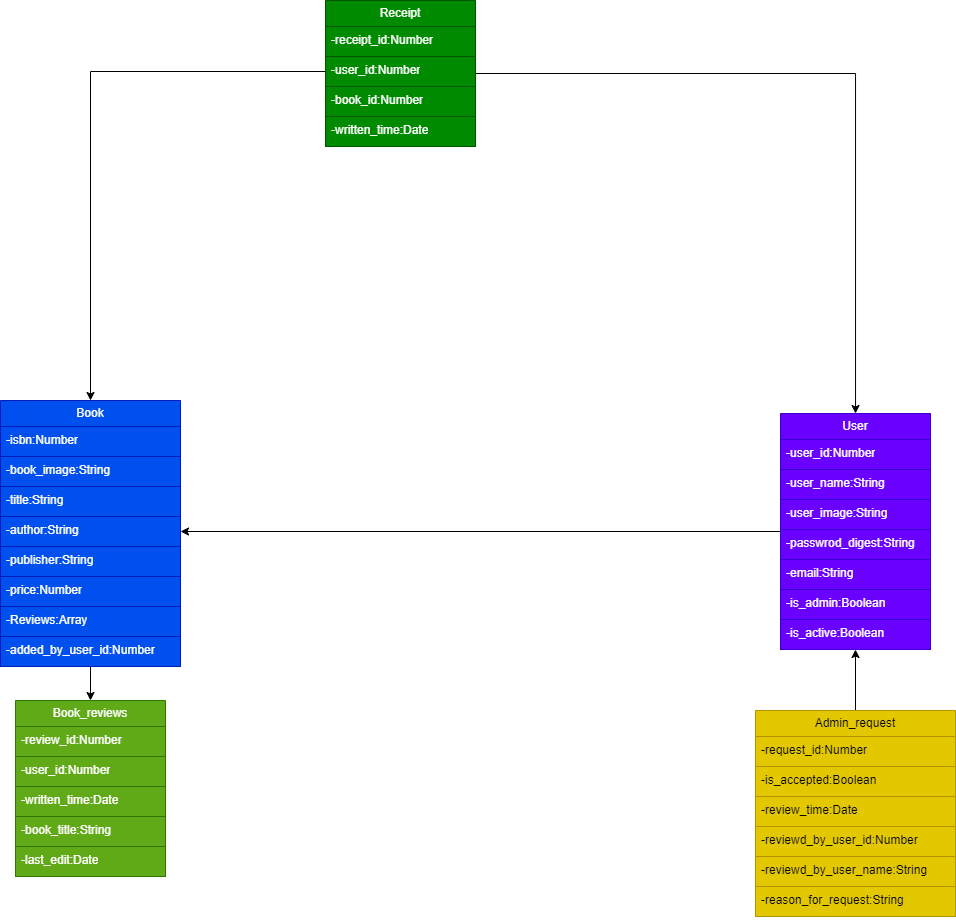
HussainALAradi5/books_builds_minds keeps this draw.io diagram as images/Books_Builds_Minds-UML_Diagram.drawio.png. Above is the earlier version. Source tidied: cells renumbered, new cells last; positions are measured from the earlier drawing's top-left corner, leaving out a move shared by most shapes.
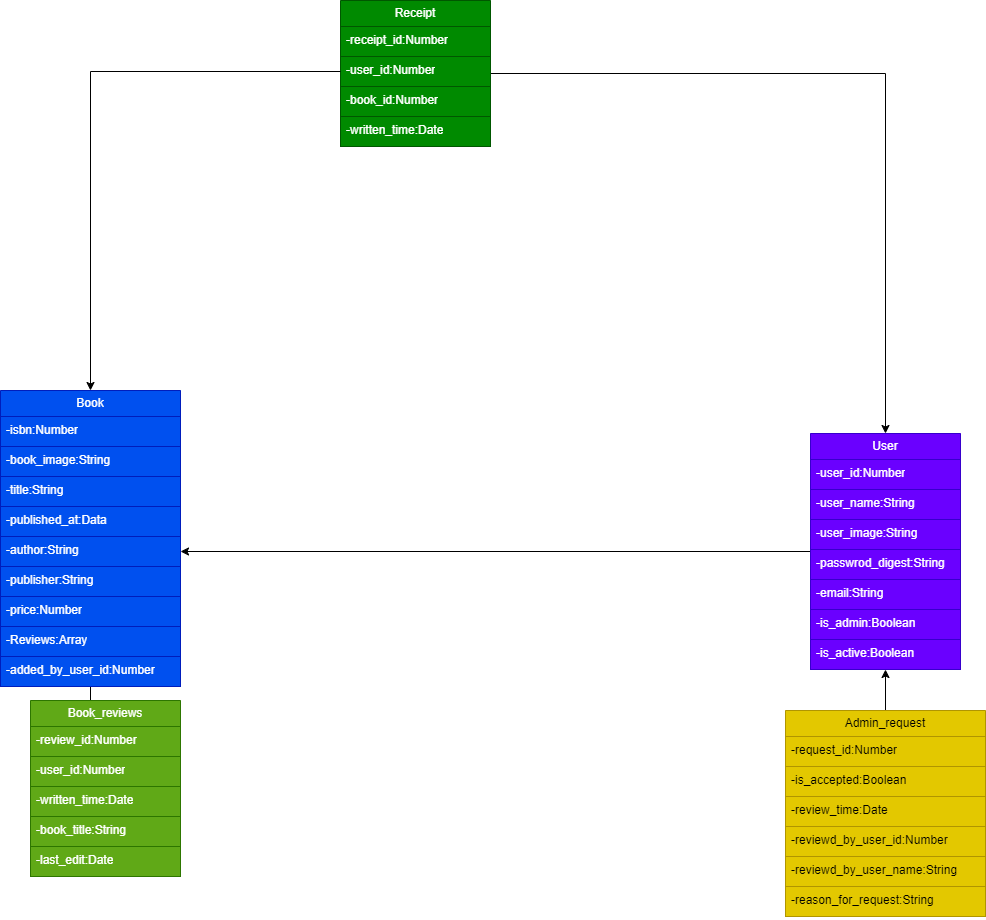
The same file after the commit.

The edit, as a diff of the source:
```diff
@@ -6,7 +6,7 @@
       <mxGeometry relative="1" as="geometry" />
     </mxCell>
     <mxCell id="3" value="User" style="swimlane;fontStyle=0;horizontal=1;startSize=26;fillColor=#6a00ff;whiteSpace=wrap;html=1;fontColor=#ffffff;strokeColor=#3700CC;" parent="1" vertex="1">
-      <mxGeometry x="780" y="413" width="150" height="236" as="geometry" />
+      <mxGeometry x="795" y="433" width="150" height="236" as="geometry" />
     </mxCell>
     <mxCell id="4" value="-user_id:Number" style="text;strokeColor=#3700CC;fillColor=#6a00ff;align=left;verticalAlign=top;spacingLeft=4;spacingRight=4;overflow=hidden;whiteSpace=wrap;html=1;fontColor=#ffffff;" parent="3" vertex="1">
       <mxGeometry y="26" width="150" height="30" as="geometry" />
@@ -33,7 +33,7 @@
       <mxGeometry relative="1" as="geometry" />
     </mxCell>
     <mxCell id="12" value="Book" style="swimlane;fontStyle=0;horizontal=1;startSize=26;fillColor=#0050ef;whiteSpace=wrap;html=1;fontColor=#ffffff;strokeColor=#001DBC;" parent="1" vertex="1">
-      <mxGeometry y="400" width="180" height="266" as="geometry" />
+      <mxGeometry x="-15" y="390" width="180" height="296" as="geometry" />
     </mxCell>
     <mxCell id="13" value="-isbn:Number" style="text;strokeColor=#001DBC;fillColor=#0050ef;align=left;verticalAlign=top;spacingLeft=4;spacingRight=4;overflow=hidden;whiteSpace=wrap;html=1;fontColor=#ffffff;" parent="12" vertex="1">
       <mxGeometry y="26" width="180" height="30" as="geometry" />
@@ -44,20 +44,23 @@
     <mxCell id="15" value="-title:String" style="text;strokeColor=#001DBC;fillColor=#0050ef;align=left;verticalAlign=top;spacingLeft=4;spacingRight=4;overflow=hidden;whiteSpace=wrap;html=1;fontColor=#ffffff;" parent="12" vertex="1">
       <mxGeometry y="86" width="180" height="30" as="geometry" />
     </mxCell>
+    <mxCell id="42" value="-published_at:Data" style="text;strokeColor=#001DBC;fillColor=#0050ef;align=left;verticalAlign=top;spacingLeft=4;spacingRight=4;overflow=hidden;whiteSpace=wrap;html=1;fontColor=#ffffff;" parent="12" vertex="1">
+      <mxGeometry y="116" width="180" height="30" as="geometry" />
+    </mxCell>
     <mxCell id="16" value="-author:String" style="text;strokeColor=#001DBC;fillColor=#0050ef;align=left;verticalAlign=top;spacingLeft=4;spacingRight=4;overflow=hidden;points=[[0,0.5],[1,0.5]];portConstraint=eastwest;whiteSpace=wrap;html=1;fontColor=#ffffff;" parent="12" vertex="1">
-      <mxGeometry y="116" width="180" height="30" as="geometry" />
+      <mxGeometry y="146" width="180" height="30" as="geometry" />
     </mxCell>
     <mxCell id="17" value="-publisher:String" style="text;strokeColor=#001DBC;fillColor=#0050ef;align=left;verticalAlign=top;spacingLeft=4;spacingRight=4;overflow=hidden;whiteSpace=wrap;html=1;fontColor=#ffffff;" parent="12" vertex="1">
-      <mxGeometry y="146" width="180" height="30" as="geometry" />
+      <mxGeometry y="176" width="180" height="30" as="geometry" />
     </mxCell>
     <mxCell id="18" value="-price:Number" style="text;strokeColor=#001DBC;fillColor=#0050ef;align=left;verticalAlign=top;spacingLeft=4;spacingRight=4;overflow=hidden;whiteSpace=wrap;html=1;fontColor=#ffffff;" parent="12" vertex="1">
-      <mxGeometry y="176" width="180" height="30" as="geometry" />
+      <mxGeometry y="206" width="180" height="30" as="geometry" />
     </mxCell>
     <mxCell id="19" value="-Reviews:Array" style="text;strokeColor=#001DBC;fillColor=#0050ef;align=left;verticalAlign=top;spacingLeft=4;spacingRight=4;overflow=hidden;whiteSpace=wrap;html=1;fontColor=#ffffff;" parent="12" vertex="1">
-      <mxGeometry y="206" width="180" height="30" as="geometry" />
+      <mxGeometry y="236" width="180" height="30" as="geometry" />
     </mxCell>
     <mxCell id="20" value="-added_by_user_id:Number" style="text;strokeColor=#001DBC;fillColor=#0050ef;align=left;verticalAlign=top;spacingLeft=4;spacingRight=4;overflow=hidden;whiteSpace=wrap;html=1;fontColor=#ffffff;" parent="12" vertex="1">
-      <mxGeometry y="236" width="180" height="30" as="geometry" />
+      <mxGeometry y="266" width="180" height="30" as="geometry" />
     </mxCell>
     <mxCell id="21" value="Book_reviews" style="swimlane;fontStyle=0;horizontal=1;startSize=26;fillColor=#60a917;whiteSpace=wrap;html=1;fontColor=#ffffff;strokeColor=#2D7600;" parent="1" vertex="1">
       <mxGeometry x="15" y="700" width="150" height="176" as="geometry" />
@@ -81,7 +84,7 @@
       <mxGeometry relative="1" as="geometry" />
     </mxCell>
     <mxCell id="28" value="Admin_request" style="swimlane;fontStyle=0;horizontal=1;startSize=26;fillColor=#e3c800;whiteSpace=wrap;html=1;fontColor=#000000;strokeColor=#B09500;" parent="1" vertex="1">
-      <mxGeometry x="755" y="710" width="200" height="206" as="geometry" />
+      <mxGeometry x="770" y="710" width="200" height="206" as="geometry" />
     </mxCell>
     <mxCell id="29" value="-request_id:Number" style="text;strokeColor=#B09500;fillColor=#e3c800;align=left;verticalAlign=top;spacingLeft=4;spacingRight=4;overflow=hidden;whiteSpace=wrap;html=1;fontColor=#000000;" parent="28" vertex="1">
       <mxGeometry y="26" width="200" height="30" as="geometry" />
```
